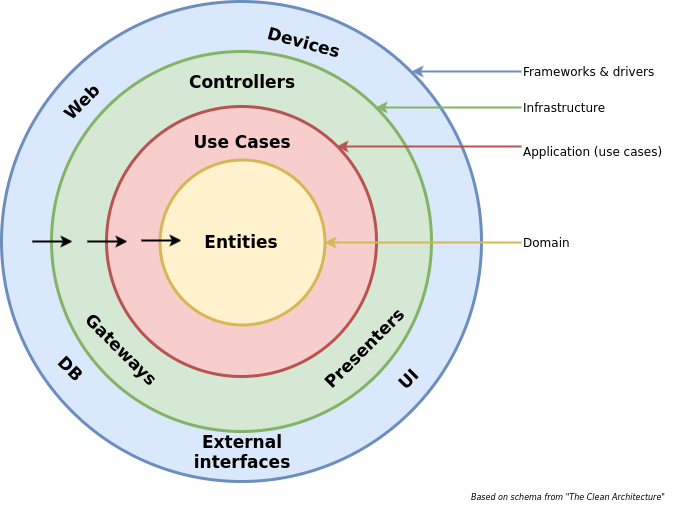
Earlier version of the draw.io export docs/go-cleanarch.png (roblaszczak/go-cleanarch). Source tidied: cells renumbered, new cells last; positions are measured from the earlier drawing's top-left corner, leaving out a move shared by most shapes.
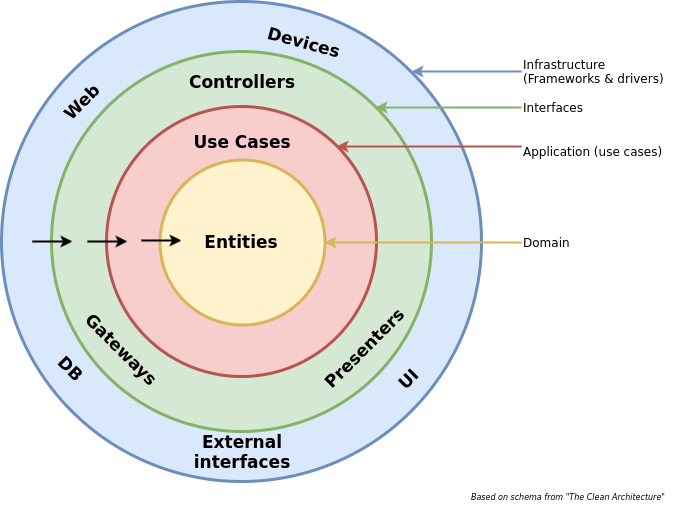
After the change.

Diff of the diagram source:
```diff
@@ -26,13 +26,13 @@
     <mxCell id="9" style="edgeStyle=orthogonalEdgeStyle;rounded=0;html=1;exitX=0;exitY=0.25;entryX=1;entryY=0;labelBackgroundColor=#ffffff;startArrow=none;startFill=0;jettySize=auto;strokeColor=#b85450;strokeWidth=2;fillColor=#f8cecc;" parent="1" edge="1" source="8" target="4">
       <mxGeometry relative="1" as="geometry" />
     </mxCell>
-    <mxCell id="10" value="Infrastructure" style="text;html=1;strokeColor=none;fillColor=none;align=left;verticalAlign=middle;whiteSpace=wrap;shadow=1;comic=0;labelBackgroundColor=none;" parent="1" vertex="1">
+    <mxCell id="10" value="Interfaces" style="text;html=1;strokeColor=none;fillColor=none;align=left;verticalAlign=middle;whiteSpace=wrap;shadow=1;comic=0;labelBackgroundColor=none;" parent="1" vertex="1">
       <mxGeometry x="520" y="96" width="80" height="20" as="geometry" />
     </mxCell>
     <mxCell id="11" style="edgeStyle=orthogonalEdgeStyle;rounded=0;html=1;exitX=0;exitY=0.5;entryX=1;entryY=0;labelBackgroundColor=#ffffff;startArrow=none;startFill=0;jettySize=auto;strokeColor=#82b366;strokeWidth=2;fillColor=#d5e8d4;" parent="1" edge="1" source="10" target="3">
       <mxGeometry relative="1" as="geometry" />
     </mxCell>
-    <mxCell id="12" value="Frameworks &amp;amp; drivers" style="text;html=1;strokeColor=none;fillColor=none;align=left;verticalAlign=middle;whiteSpace=wrap;shadow=1;comic=0;labelBackgroundColor=none;" parent="1" vertex="1">
+    <mxCell id="12" value="Infrastructure (Frameworks &amp;amp; drivers)" style="text;html=1;strokeColor=none;fillColor=none;align=left;verticalAlign=middle;whiteSpace=wrap;shadow=1;comic=0;labelBackgroundColor=none;" parent="1" vertex="1">
       <mxGeometry x="520" y="60" width="150" height="20" as="geometry" />
     </mxCell>
     <mxCell id="13" style="edgeStyle=orthogonalEdgeStyle;rounded=0;html=1;exitX=0;exitY=0.5;entryX=1;entryY=0;labelBackgroundColor=#ffffff;startArrow=none;startFill=0;jettySize=auto;strokeColor=#6c8ebf;strokeWidth=2;fillColor=#dae8fc;" parent="1" edge="1" source="12" target="2">
```
